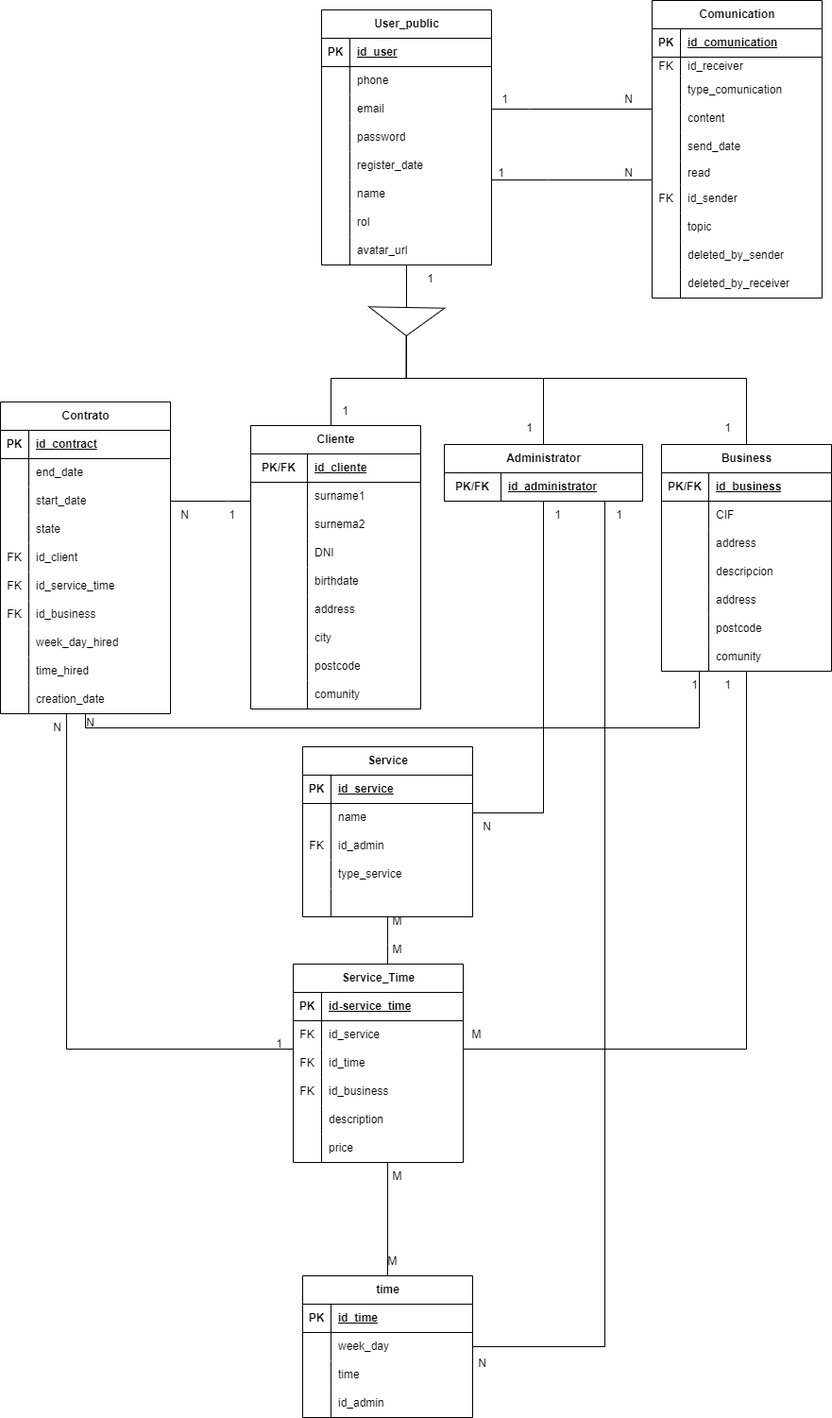
The draw.io diagram documentacion_extra/base_datos/MER.drawio.png in egilp04/TFG_Cuidados, before a commit. Source tidied: cells renumbered, new cells last; positions are measured from the earlier drawing's top-left corner, leaving out a move shared by most shapes.
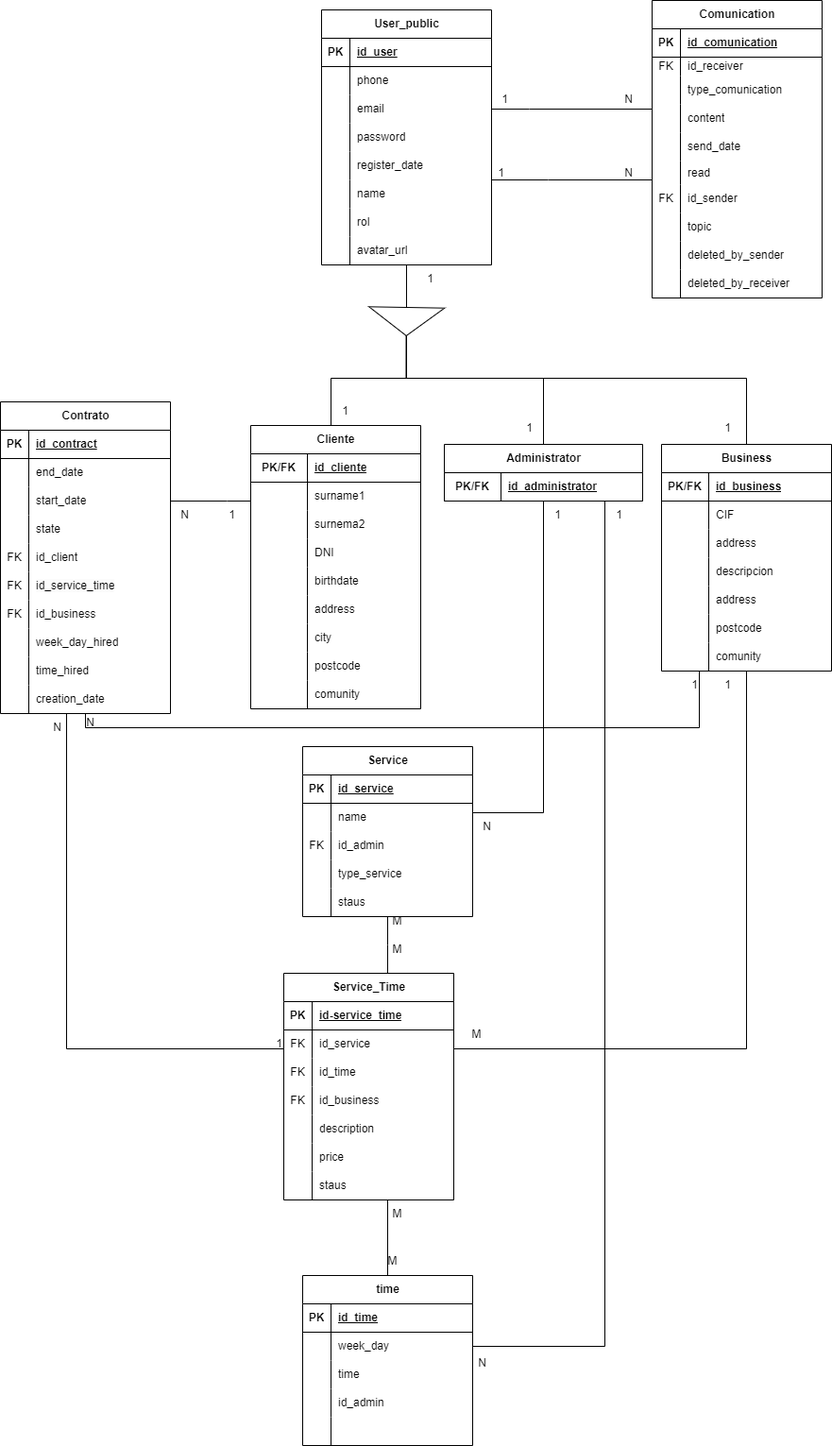
The same diagram one commit later.

Change to the diagram source:
```diff
@@ -565,7 +565,7 @@
     <mxCell id="170" style="shape=partialRectangle;fillColor=none;top=0;left=0;bottom=0;right=0;overflow=hidden;whiteSpace=wrap;html=1;" parent="169" vertex="1">
       <mxGeometry width="30" height="30" as="geometry" />
     </mxCell>
-    <mxCell id="171" style="shape=partialRectangle;fillColor=none;top=0;left=0;bottom=0;right=0;align=left;spacingLeft=6;overflow=hidden;whiteSpace=wrap;html=1;" parent="169" vertex="1">
+    <mxCell id="171" value="staus" style="shape=partialRectangle;fillColor=none;top=0;left=0;bottom=0;right=0;align=left;spacingLeft=6;overflow=hidden;whiteSpace=wrap;html=1;" parent="169" vertex="1">
       <mxGeometry x="30" width="150" height="30" as="geometry" />
     </mxCell>
     <mxCell id="172" style="edgeStyle=orthogonalEdgeStyle;rounded=0;jettySize=auto;html=1;endArrow=none;endFill=0;" parent="1" edge="1" source="173" target="200">
@@ -577,7 +577,7 @@
       </mxGeometry>
     </mxCell>
     <mxCell id="173" value="time" style="shape=table;startSize=30;rowLines=0;fontStyle=1;align=center;html=1;" parent="1" vertex="1">
-      <mxGeometry x="320" y="1350" width="180" height="150" as="geometry" />
+      <mxGeometry x="320" y="1350" width="180" height="180" as="geometry" />
     </mxCell>
     <mxCell id="174" style="shape=tableRow;horizontal=0;startSize=0;swimlaneHead=0;swimlaneBody=0;fillColor=none;top=0;left=0;right=0;bottom=1;" parent="173" vertex="1">
       <mxGeometry y="30" width="180" height="30" as="geometry" />
@@ -615,6 +615,15 @@
     <mxCell id="185" value="id_admin" style="shape=partialRectangle;fillColor=none;top=0;left=0;bottom=0;right=0;align=left;spacingLeft=6;overflow=hidden;whiteSpace=wrap;html=1;" parent="183" vertex="1">
       <mxGeometry x="30" width="150" height="30" as="geometry" />
     </mxCell>
+    <mxCell id="230" style="shape=tableRow;horizontal=0;startSize=0;swimlaneHead=0;swimlaneBody=0;fillColor=none;top=0;left=0;right=0;bottom=0;" parent="173" vertex="1">
+      <mxGeometry y="150" width="180" height="30" as="geometry" />
+    </mxCell>
+    <mxCell id="231" style="shape=partialRectangle;fillColor=none;top=0;left=0;bottom=0;right=0;overflow=hidden;whiteSpace=wrap;html=1;" parent="230" vertex="1">
+      <mxGeometry width="30" height="30" as="geometry" />
+    </mxCell>
+    <mxCell id="232" style="shape=partialRectangle;fillColor=none;top=0;left=0;bottom=0;right=0;align=left;spacingLeft=6;overflow=hidden;whiteSpace=wrap;html=1;" parent="230" vertex="1">
+      <mxGeometry x="30" width="150" height="30" as="geometry" />
+    </mxCell>
     <mxCell id="186" style="triangle;whiteSpace=wrap;html=1;rotation=91;" parent="1" vertex="1">
       <mxGeometry x="415" y="300" width="30" height="80" as="geometry" />
     </mxCell>
@@ -643,7 +652,7 @@
       <mxGeometry x="405" y="960" width="30" height="30" as="geometry" />
     </mxCell>
     <mxCell id="195" value="M" style="text;html=1;align=center;verticalAlign=middle;strokeColor=none;fillColor=none;" parent="1" vertex="1">
-      <mxGeometry x="405" y="1230" width="30" height="30" as="geometry" />
+      <mxGeometry x="405" y="1270" width="30" height="30" as="geometry" />
     </mxCell>
     <mxCell id="196" value="M" style="text;html=1;align=center;verticalAlign=middle;strokeColor=none;fillColor=none;" parent="1" vertex="1">
       <mxGeometry x="400" y="1320" width="30" height="30" as="geometry" />
@@ -658,7 +667,7 @@
       <mxGeometry x="720" y="710" width="30" height="30" as="geometry" />
     </mxCell>
     <mxCell id="200" value="Service_Time" style="shape=table;startSize=30;rowLines=0;fontStyle=1;align=center;html=1;" parent="1" vertex="1">
-      <mxGeometry x="310" y="1020" width="180" height="210" as="geometry" />
+      <mxGeometry x="300" y="1030" width="180" height="240" as="geometry" />
     </mxCell>
     <mxCell id="201" style="shape=tableRow;horizontal=0;startSize=0;swimlaneHead=0;swimlaneBody=0;fillColor=none;top=0;left=0;right=0;bottom=1;" parent="200" vertex="1">
       <mxGeometry y="30" width="180" height="30" as="geometry" />
@@ -714,6 +723,15 @@
     <mxCell id="218" value="&lt;span style=&quot;text-wrap: nowrap;&quot;&gt;price&lt;/span&gt;" style="shape=partialRectangle;fillColor=none;top=0;left=0;bottom=0;right=0;align=left;spacingLeft=6;overflow=hidden;whiteSpace=wrap;html=1;" parent="216" vertex="1">
       <mxGeometry x="30" width="150" height="30" as="geometry" />
     </mxCell>
+    <mxCell id="233" style="shape=tableRow;horizontal=0;startSize=0;swimlaneHead=0;swimlaneBody=0;fillColor=none;top=0;left=0;right=0;bottom=0;" parent="200" vertex="1">
+      <mxGeometry y="210" width="180" height="30" as="geometry" />
+    </mxCell>
+    <mxCell id="234" style="shape=partialRectangle;fillColor=none;top=0;left=0;bottom=0;right=0;overflow=hidden;whiteSpace=wrap;html=1;" parent="233" vertex="1">
+      <mxGeometry width="30" height="30" as="geometry" />
+    </mxCell>
+    <mxCell id="235" value="staus" style="shape=partialRectangle;fillColor=none;top=0;left=0;bottom=0;right=0;align=left;spacingLeft=6;overflow=hidden;whiteSpace=wrap;html=1;" parent="233" vertex="1">
+      <mxGeometry x="30" width="150" height="30" as="geometry" />
+    </mxCell>
     <mxCell id="219" value="1" style="text;html=1;align=center;verticalAlign=middle;strokeColor=none;fillColor=none;" parent="1" vertex="1">
       <mxGeometry x="515" y="168" width="30" height="30" as="geometry" />
     </mxCell>
```
